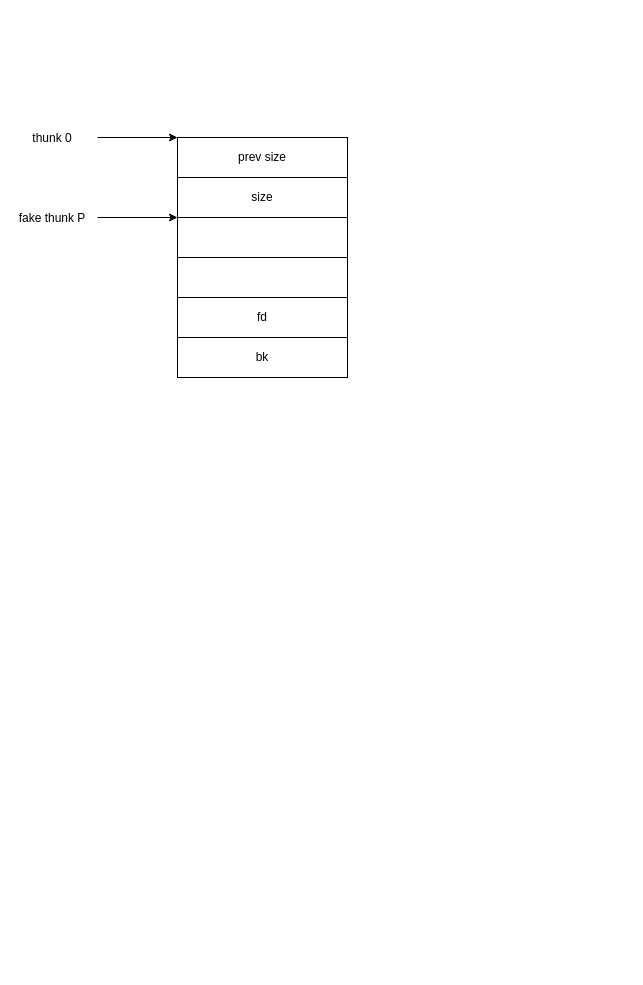
Earlier version of the draw.io diagram blog/unlink.drawio (Zephyrccc/ImageHostingService). Source tidied: cells renumbered, new cells numbered last; positions are measured from the earlier drawing's top-left corner, leaving out a move shared by most shapes. Both pictures are drawn from the tidied source at 100%, with x=0, y=0 at pixel (17, 123).
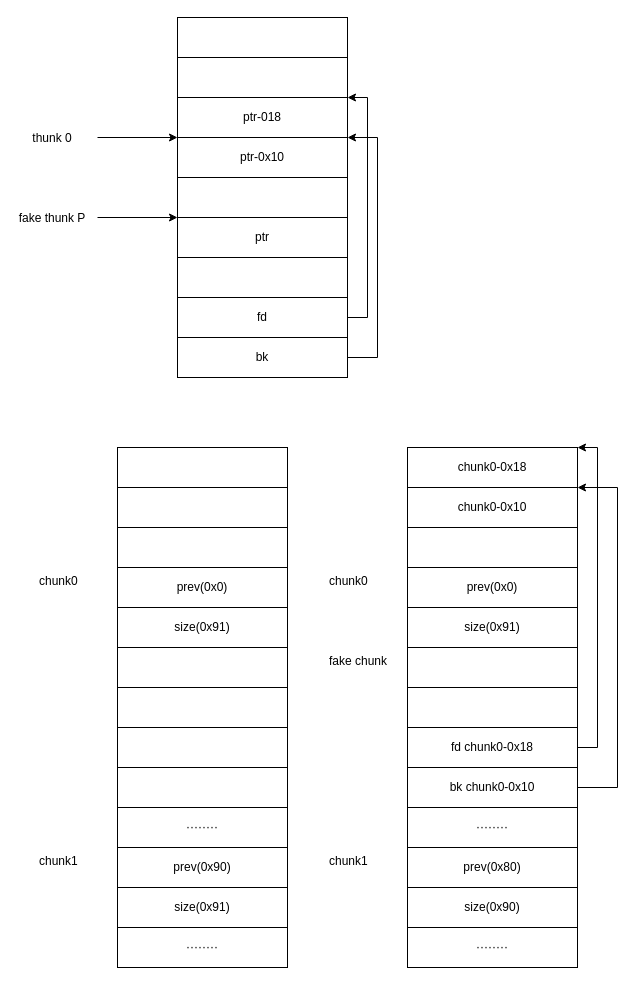
The same diagram, later.

The change refers to these unchanged cells:
```xml
<mxCell id="10" value="fd" style="rounded=0;whiteSpace=wrap;html=1;" parent="1" vertex="1">
  <mxGeometry x="160" y="174" width="170" height="40" as="geometry" />
</mxCell>
<mxCell id="11" value="bk" style="rounded=0;whiteSpace=wrap;html=1;" parent="1" vertex="1">
  <mxGeometry x="160" y="214" width="170" height="40" as="geometry" />
</mxCell>
```

Change to the diagram source:
```diff
@@
-    <mxCell id="2" style="rounded=0;whiteSpace=wrap;html=1;" parent="1" vertex="1">
+    <mxCell id="2" value="ptr" style="rounded=0;whiteSpace=wrap;html=1;" parent="1" vertex="1">
       <mxGeometry x="160" y="94" width="170" height="40" as="geometry" />
     </mxCell>
@@
-    <mxCell id="6" value="size" style="rounded=0;whiteSpace=wrap;html=1;" parent="1" vertex="1">
+    <mxCell id="6" style="rounded=0;whiteSpace=wrap;html=1;" parent="1" vertex="1">
       <mxGeometry x="160" y="54" width="170" height="40" as="geometry" />
     </mxCell>
-    <mxCell id="7" value="prev size" style="rounded=0;whiteSpace=wrap;html=1;" parent="1" vertex="1">
+    <mxCell id="7" value="ptr-0x10" style="rounded=0;whiteSpace=wrap;html=1;" parent="1" vertex="1">
       <mxGeometry x="160" y="14" width="170" height="40" as="geometry" />
     </mxCell>
@@
+    <mxCell id="12" style="edgeStyle=orthogonalEdgeStyle;rounded=0;jettySize=auto;html=1;exitX=1;exitY=0.5;exitDx=0;exitDy=0;entryX=1;entryY=1;entryDx=0;entryDy=0;" parent="1" edge="1" source="10" target="15">
+      <mxGeometry relative="1" as="geometry">
+        <Array as="points">
+          <mxPoint x="350" y="194" />
+          <mxPoint x="350" y="-26" />
+        </Array>
+      </mxGeometry>
+    </mxCell>
@@
+    <mxCell id="13" style="edgeStyle=orthogonalEdgeStyle;rounded=0;jettySize=auto;html=1;exitX=1;exitY=0.5;exitDx=0;exitDy=0;entryX=1;entryY=1;entryDx=0;entryDy=0;" parent="1" edge="1" source="11" target="14">
+      <mxGeometry relative="1" as="geometry">
+        <Array as="points">
+          <mxPoint x="360" y="234" />
+          <mxPoint x="360" y="14" />
+        </Array>
+      </mxGeometry>
+    </mxCell>
@@
+    <mxCell id="14" value="ptr-018" style="rounded=0;whiteSpace=wrap;html=1;" parent="1" vertex="1">
+      <mxGeometry x="160" y="-26" width="170" height="40" as="geometry" />
+    </mxCell>
+    <mxCell id="15" style="rounded=0;whiteSpace=wrap;html=1;" parent="1" vertex="1">
+      <mxGeometry x="160" y="-66" width="170" height="40" as="geometry" />
+    </mxCell>
+    <mxCell id="16" style="rounded=0;whiteSpace=wrap;html=1;" parent="1" vertex="1">
+      <mxGeometry x="160" y="-106" width="170" height="40" as="geometry" />
+    </mxCell>
+    <mxCell id="17" value="chunk0" style="text;whiteSpace=wrap;html=1;" parent="1" vertex="1">
+      <mxGeometry x="20" y="444" width="80" height="30" as="geometry" />
+    </mxCell>
+    <mxCell id="18" style="rounded=0;whiteSpace=wrap;html=1;" parent="1" vertex="1">
+      <mxGeometry x="100" y="564" width="170" height="40" as="geometry" />
+    </mxCell>
+    <mxCell id="19" value="········" style="rounded=0;whiteSpace=wrap;html=1;" parent="1" vertex="1">
+      <mxGeometry x="100" y="684" width="170" height="40" as="geometry" />
+    </mxCell>
+    <mxCell id="20" style="rounded=0;whiteSpace=wrap;html=1;" parent="1" vertex="1">
+      <mxGeometry x="100" y="604" width="170" height="40" as="geometry" />
+    </mxCell>
+    <mxCell id="21" value="chunk1" style="text;whiteSpace=wrap;html=1;" parent="1" vertex="1">
+      <mxGeometry x="20" y="724" width="80" height="30" as="geometry" />
+    </mxCell>
+    <mxCell id="22" value="size(0x91)" style="rounded=0;whiteSpace=wrap;html=1;" parent="1" vertex="1">
+      <mxGeometry x="100" y="764" width="170" height="40" as="geometry" />
+    </mxCell>
+    <mxCell id="23" value="prev(0x90)" style="rounded=0;whiteSpace=wrap;html=1;" parent="1" vertex="1">
+      <mxGeometry x="100" y="724" width="170" height="40" as="geometry" />
+    </mxCell>
+    <mxCell id="24" value="········" style="rounded=0;whiteSpace=wrap;html=1;" parent="1" vertex="1">
+      <mxGeometry x="100" y="804" width="170" height="40" as="geometry" />
+    </mxCell>
+    <mxCell id="25" value="prev(0x0)" style="rounded=0;whiteSpace=wrap;html=1;" parent="1" vertex="1">
+      <mxGeometry x="100" y="444" width="170" height="40" as="geometry" />
+    </mxCell>
+    <mxCell id="26" value="size(0x91)" style="rounded=0;whiteSpace=wrap;html=1;" parent="1" vertex="1">
+      <mxGeometry x="100" y="484" width="170" height="40" as="geometry" />
+    </mxCell>
+    <mxCell id="27" style="rounded=0;whiteSpace=wrap;html=1;" parent="1" vertex="1">
+      <mxGeometry x="100" y="524" width="170" height="40" as="geometry" />
+    </mxCell>
+    <mxCell id="28" style="rounded=0;whiteSpace=wrap;html=1;" parent="1" vertex="1">
+      <mxGeometry x="100" y="644" width="170" height="40" as="geometry" />
+    </mxCell>
+    <mxCell id="29" value="chunk0" style="text;whiteSpace=wrap;html=1;" parent="1" vertex="1">
+      <mxGeometry x="310" y="444" width="80" height="30" as="geometry" />
+    </mxCell>
+    <mxCell id="30" style="rounded=0;whiteSpace=wrap;html=1;" parent="1" vertex="1">
+      <mxGeometry x="390" y="564" width="170" height="40" as="geometry" />
+    </mxCell>
+    <mxCell id="31" value="········" style="rounded=0;whiteSpace=wrap;html=1;" parent="1" vertex="1">
+      <mxGeometry x="390" y="684" width="170" height="40" as="geometry" />
+    </mxCell>
+    <mxCell id="32" style="edgeStyle=orthogonalEdgeStyle;rounded=0;jettySize=auto;html=1;exitX=1;exitY=0.5;exitDx=0;exitDy=0;entryX=1;entryY=0;entryDx=0;entryDy=0;" parent="1" edge="1" source="33" target="49">
+      <mxGeometry relative="1" as="geometry">
+        <Array as="points">
+          <mxPoint x="580" y="624" />
+          <mxPoint x="580" y="324" />
+        </Array>
+      </mxGeometry>
+    </mxCell>
+    <mxCell id="33" value="fd&amp;nbsp;&lt;span style=&quot;text-align: left&quot;&gt;chunk0-0x18&lt;/span&gt;" style="rounded=0;whiteSpace=wrap;html=1;" parent="1" vertex="1">
+      <mxGeometry x="390" y="604" width="170" height="40" as="geometry" />
+    </mxCell>
+    <mxCell id="34" value="chunk1" style="text;whiteSpace=wrap;html=1;" parent="1" vertex="1">
+      <mxGeometry x="310" y="724" width="80" height="30" as="geometry" />
+    </mxCell>
+    <mxCell id="35" value="size(0x90)" style="rounded=0;whiteSpace=wrap;html=1;" parent="1" vertex="1">
+      <mxGeometry x="390" y="764" width="170" height="40" as="geometry" />
+    </mxCell>
+    <mxCell id="36" value="prev(0x80)" style="rounded=0;whiteSpace=wrap;html=1;" parent="1" vertex="1">
+      <mxGeometry x="390" y="724" width="170" height="40" as="geometry" />
+    </mxCell>
+    <mxCell id="37" value="········" style="rounded=0;whiteSpace=wrap;html=1;" parent="1" vertex="1">
+      <mxGeometry x="390" y="804" width="170" height="40" as="geometry" />
+    </mxCell>
+    <mxCell id="38" value="prev(0x0)" style="rounded=0;whiteSpace=wrap;html=1;" parent="1" vertex="1">
+      <mxGeometry x="390" y="444" width="170" height="40" as="geometry" />
+    </mxCell>
+    <mxCell id="39" value="size(0x91)" style="rounded=0;whiteSpace=wrap;html=1;" parent="1" vertex="1">
+      <mxGeometry x="390" y="484" width="170" height="40" as="geometry" />
+    </mxCell>
+    <mxCell id="40" style="rounded=0;whiteSpace=wrap;html=1;" parent="1" vertex="1">
+      <mxGeometry x="390" y="524" width="170" height="40" as="geometry" />
+    </mxCell>
+    <mxCell id="41" style="edgeStyle=orthogonalEdgeStyle;rounded=0;jettySize=auto;html=1;exitX=1;exitY=0.5;exitDx=0;exitDy=0;entryX=1;entryY=1;entryDx=0;entryDy=0;" parent="1" edge="1" source="42" target="49">
+      <mxGeometry relative="1" as="geometry">
+        <Array as="points">
+          <mxPoint x="600" y="664" />
+          <mxPoint x="600" y="364" />
+        </Array>
+      </mxGeometry>
+    </mxCell>
+    <mxCell id="42" value="bk&amp;nbsp;&lt;span style=&quot;text-align: left&quot;&gt;chunk0-0x10&lt;/span&gt;" style="rounded=0;whiteSpace=wrap;html=1;" parent="1" vertex="1">
+      <mxGeometry x="390" y="644" width="170" height="40" as="geometry" />
+    </mxCell>
+    <mxCell id="43" value="fake chunk" style="text;whiteSpace=wrap;html=1;" parent="1" vertex="1">
+      <mxGeometry x="310" y="524" width="80" height="30" as="geometry" />
+    </mxCell>
+    <mxCell id="44" style="rounded=0;whiteSpace=wrap;html=1;" parent="1" vertex="1">
+      <mxGeometry x="100" y="404" width="170" height="40" as="geometry" />
+    </mxCell>
+    <mxCell id="45" style="rounded=0;whiteSpace=wrap;html=1;" parent="1" vertex="1">
+      <mxGeometry x="100" y="364" width="170" height="40" as="geometry" />
+    </mxCell>
+    <mxCell id="46" style="rounded=0;whiteSpace=wrap;html=1;" parent="1" vertex="1">
+      <mxGeometry x="100" y="324" width="170" height="40" as="geometry" />
+    </mxCell>
+    <mxCell id="47" style="rounded=0;whiteSpace=wrap;html=1;" parent="1" vertex="1">
+      <mxGeometry x="390" y="404" width="170" height="40" as="geometry" />
+    </mxCell>
+    <mxCell id="48" value="&lt;span style=&quot;text-align: left&quot;&gt;chunk0-0x10&lt;/span&gt;" style="rounded=0;whiteSpace=wrap;html=1;" parent="1" vertex="1">
+      <mxGeometry x="390" y="364" width="170" height="40" as="geometry" />
+    </mxCell>
+    <mxCell id="49" value="&lt;span style=&quot;text-align: left&quot;&gt;chunk0-0x18&lt;/span&gt;" style="rounded=0;whiteSpace=wrap;html=1;" parent="1" vertex="1">
+      <mxGeometry x="390" y="324" width="170" height="40" as="geometry" />
+    </mxCell>
```
